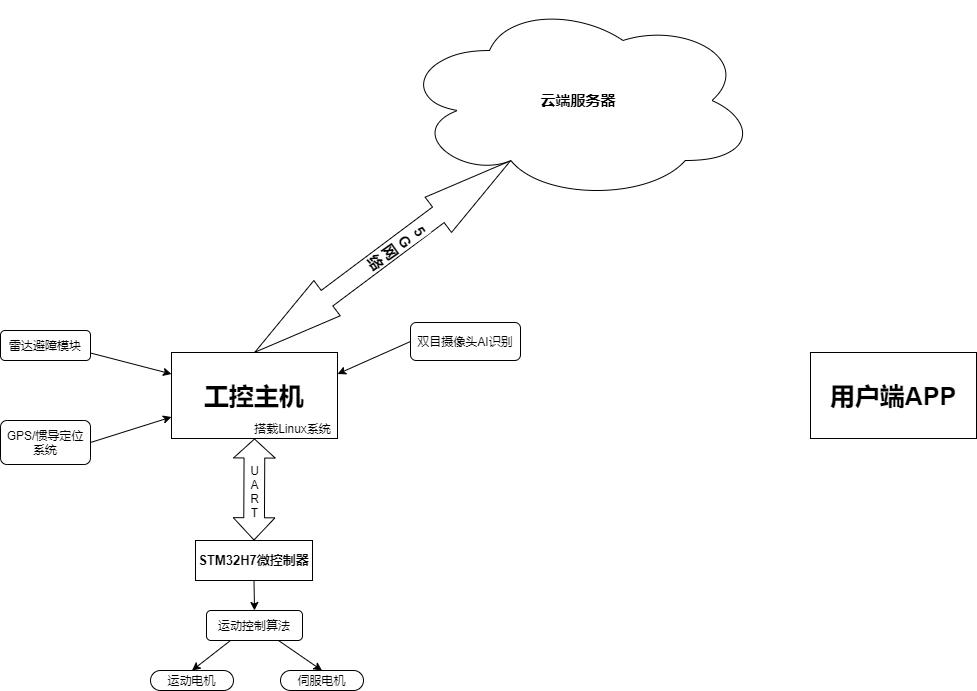
Before: wuliu.png, a diagram exported from draw.io (RightTriangle/RightTriangle.github.io). Source tidied: cells renumbered, new cells last; positions are measured from the earlier drawing's top-left corner, leaving out a move shared by most shapes.
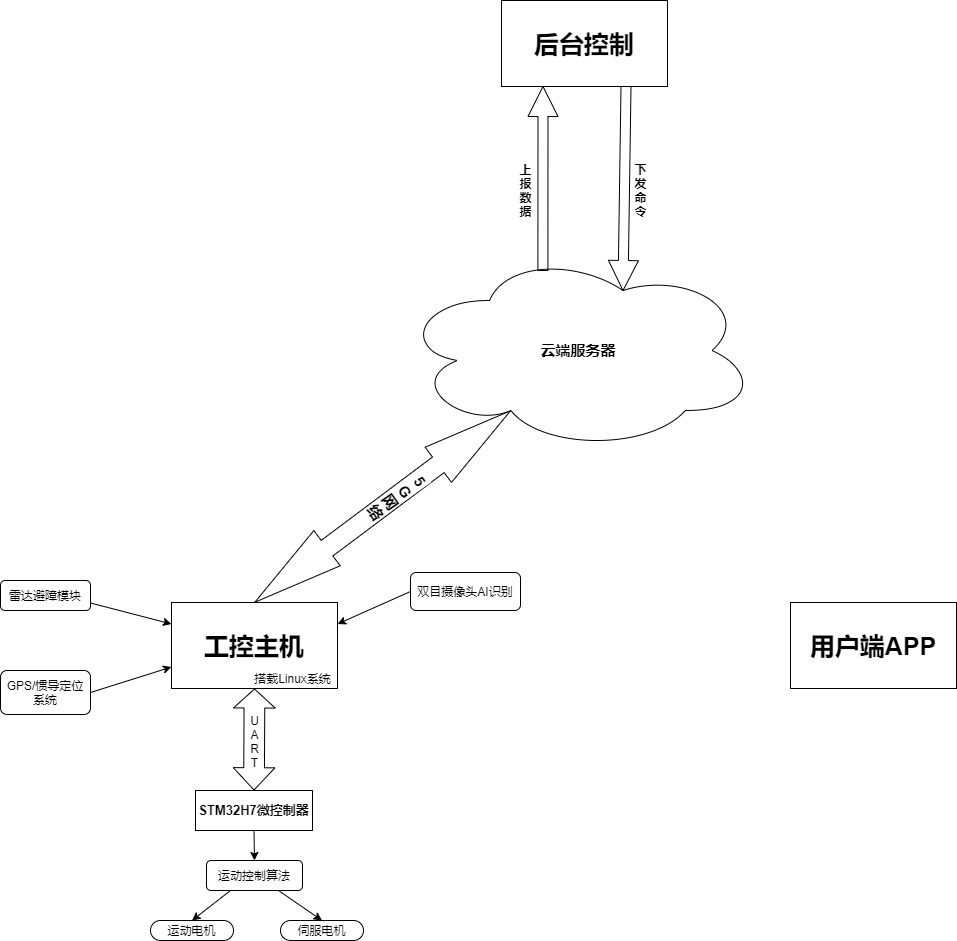
The same diagram one commit later.

What changed in the source:
```diff
@@ -67,7 +67,22 @@
       <mxGeometry relative="1" as="geometry" />
     </mxCell>
     <mxCell id="22" value="&lt;span style=&quot;font-size: 25px&quot;&gt;&lt;b&gt;用户端APP&lt;/b&gt;&lt;/span&gt;" style="rounded=0;whiteSpace=wrap;html=1;" parent="1" vertex="1">
-      <mxGeometry x="810" y="352" width="166" height="86" as="geometry" />
+      <mxGeometry x="790" y="352" width="166" height="86" as="geometry" />
     </mxCell>
+    <mxCell id="23" value="&lt;span style=&quot;font-size: 25px&quot;&gt;&lt;b&gt;后台控制&lt;/b&gt;&lt;/span&gt;" style="rounded=0;whiteSpace=wrap;html=1;" parent="1" vertex="1">
+      <mxGeometry x="501" y="-250" width="166" height="86" as="geometry" />
+    </mxCell>
+    <mxCell id="24" style="endArrow=classic;html=1;exitX=0.4;exitY=0.1;exitDx=0;exitDy=0;exitPerimeter=0;entryX=0.25;entryY=1;entryDx=0;entryDy=0;shape=arrow;targetPerimeterSpacing=0;" parent="1" edge="1" source="5" target="23">
+      <mxGeometry relative="1" as="geometry" />
+    </mxCell>
+    <mxCell id="25" value="&lt;b&gt;上&lt;br&gt;报&lt;br&gt;数&lt;br&gt;据&lt;/b&gt;" style="text;html=1;align=center;verticalAlign=middle;strokeColor=none;" parent="1" vertex="1">
+      <mxGeometry x="510" y="-90" width="30" height="60" as="geometry" />
+    </mxCell>
+    <mxCell id="26" style="endArrow=classic;html=1;exitX=0.75;exitY=1;exitDx=0;exitDy=0;entryX=0.625;entryY=0.2;entryDx=0;entryDy=0;shape=arrow;targetPerimeterSpacing=0;entryPerimeter=0;" parent="1" edge="1" source="23" target="5">
+      <mxGeometry relative="1" as="geometry" />
+    </mxCell>
+    <mxCell id="27" value="&lt;b&gt;下&lt;br&gt;发&lt;br&gt;命&lt;br&gt;令&lt;/b&gt;" style="text;html=1;align=center;verticalAlign=middle;strokeColor=none;" parent="1" vertex="1">
+      <mxGeometry x="625" y="-90" width="30" height="60" as="geometry" />
+    </mxCell>
   </root>
 </mxGraphModel>
```
